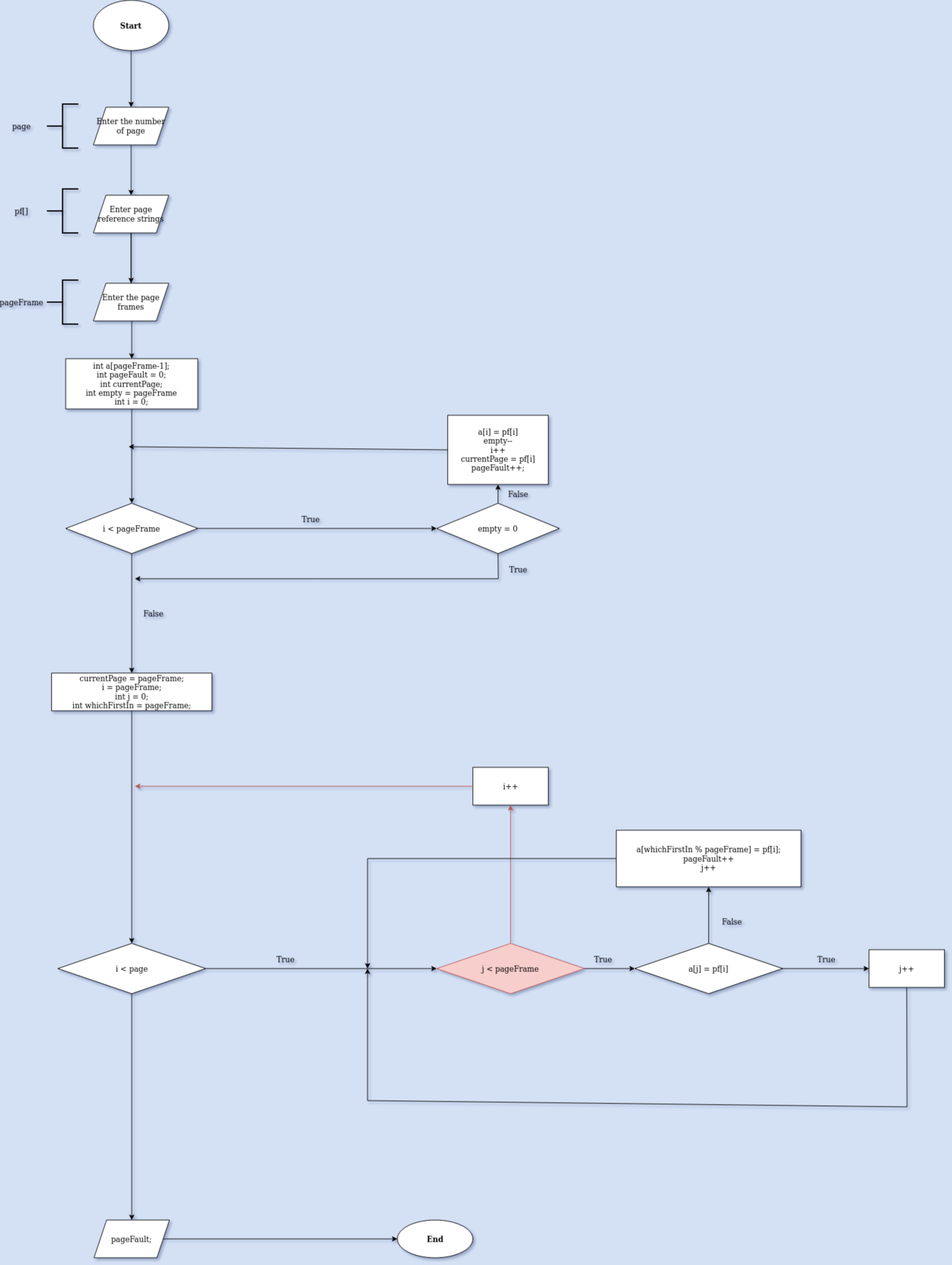
Before: FIFO-PageReplacementFlowchart.drawio.png, a diagram exported from draw.io (hoangbui24/OS-AlgorithmFlowchart). Source tidied: cells renumbered, new cells last; positions are measured from the earlier drawing's top-left corner, leaving out a move shared by most shapes.
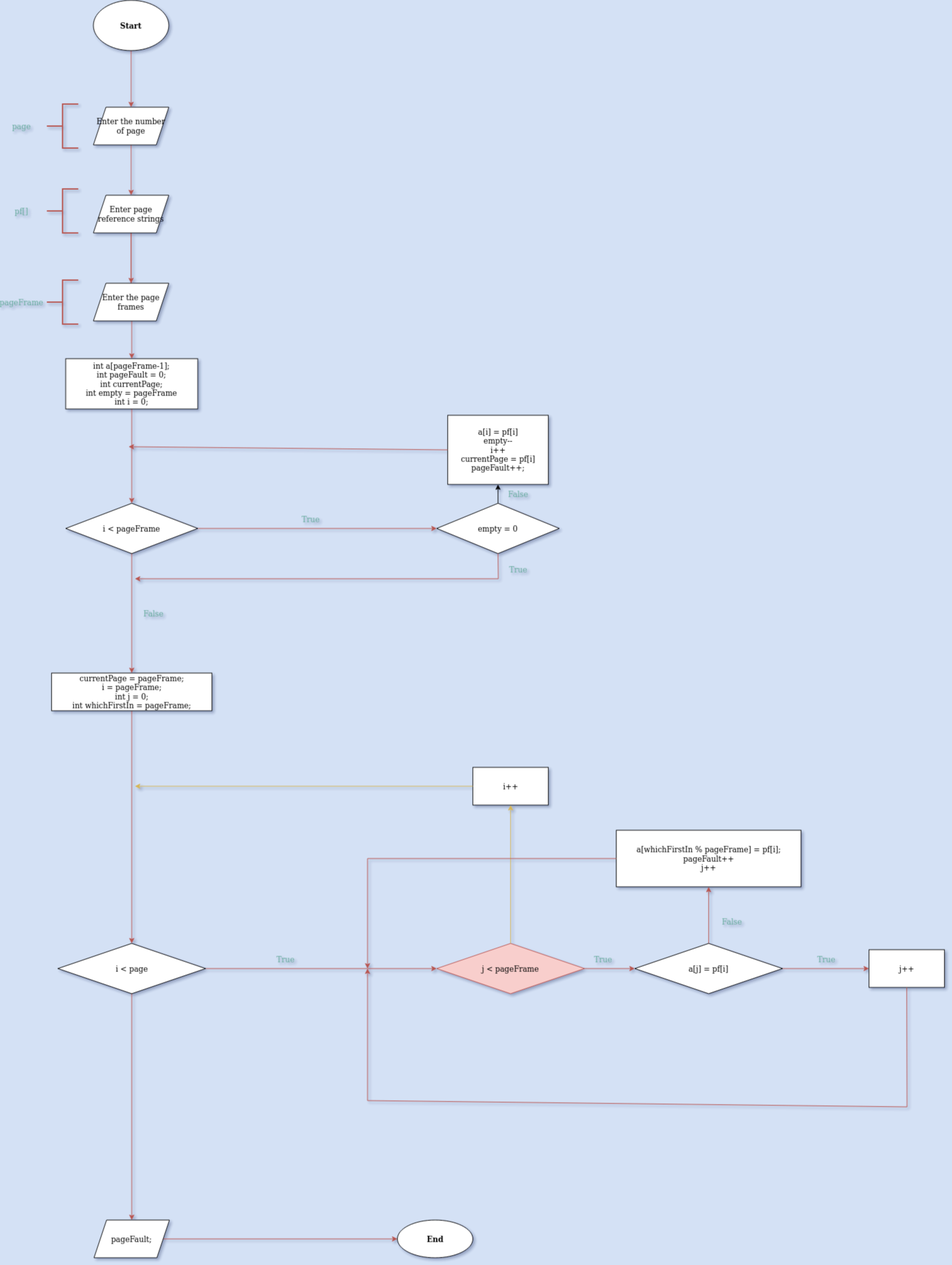
Above is the later version.

Commit message:
change background & font color

The edit, as a diff of the source:
```diff
@@ -2,28 +2,28 @@
   <root>
     <mxCell id="0" />
     <mxCell id="1" parent="0" />
-    <mxCell id="2" style="edgeStyle=orthogonalEdgeStyle;rounded=0;jettySize=auto;html=1;" parent="1" edge="1" source="3" target="5">
+    <mxCell id="2" style="edgeStyle=orthogonalEdgeStyle;rounded=0;jettySize=auto;html=1;fillColor=#f8cecc;strokeColor=#b85450;" parent="1" edge="1" source="3" target="5">
       <mxGeometry relative="1" as="geometry" />
     </mxCell>
     <mxCell id="3" value="&lt;b&gt;Start&lt;/b&gt;" style="ellipse;whiteSpace=wrap;html=1;" parent="1" vertex="1">
       <mxGeometry x="144" width="120" height="80" as="geometry" />
     </mxCell>
-    <mxCell id="4" style="edgeStyle=orthogonalEdgeStyle;rounded=0;jettySize=auto;html=1;" parent="1" edge="1" source="5" target="8">
+    <mxCell id="4" style="edgeStyle=orthogonalEdgeStyle;rounded=0;jettySize=auto;html=1;fillColor=#f8cecc;strokeColor=#b85450;" parent="1" edge="1" source="5" target="8">
       <mxGeometry relative="1" as="geometry" />
     </mxCell>
     <mxCell id="5" value="Enter the number of page" style="shape=parallelogram;perimeter=parallelogramPerimeter;whiteSpace=wrap;html=1;fixedSize=1;" parent="1" vertex="1">
       <mxGeometry x="144" y="170" width="120" height="60" as="geometry" />
     </mxCell>
-    <mxCell id="6" style="edgeStyle=orthogonalEdgeStyle;rounded=0;jettySize=auto;html=1;" parent="1" edge="1" source="8" target="10">
+    <mxCell id="6" style="edgeStyle=orthogonalEdgeStyle;rounded=0;jettySize=auto;html=1;fillColor=#f8cecc;strokeColor=#b85450;" parent="1" edge="1" source="8" target="10">
       <mxGeometry relative="1" as="geometry" />
     </mxCell>
-    <mxCell id="7" style="edgeStyle=orthogonalEdgeStyle;rounded=0;jettySize=auto;html=1;" parent="1" edge="1" source="8" target="11">
+    <mxCell id="7" style="edgeStyle=orthogonalEdgeStyle;rounded=0;jettySize=auto;html=1;fillColor=#f8cecc;strokeColor=#b85450;" parent="1" edge="1" source="8" target="11">
       <mxGeometry relative="1" as="geometry" />
     </mxCell>
     <mxCell id="8" value="&lt;div&gt;Enter page reference strings&lt;/div&gt;" style="shape=parallelogram;perimeter=parallelogramPerimeter;whiteSpace=wrap;html=1;fixedSize=1;" parent="1" vertex="1">
       <mxGeometry x="144" y="310" width="120" height="60" as="geometry" />
     </mxCell>
-    <mxCell id="9" style="edgeStyle=orthogonalEdgeStyle;rounded=0;jettySize=auto;html=1;" parent="1" edge="1" source="10" target="14">
+    <mxCell id="9" style="edgeStyle=orthogonalEdgeStyle;rounded=0;jettySize=auto;html=1;fillColor=#f8cecc;strokeColor=#b85450;" parent="1" edge="1" source="10" target="14">
       <mxGeometry relative="1" as="geometry" />
     </mxCell>
     <mxCell id="10" value="&lt;div&gt;int a[pageFrame-1];&lt;/div&gt;&lt;div&gt;int pageFault = 0;&lt;/div&gt;&lt;div&gt;int currentPage;&lt;br&gt;&lt;/div&gt;&lt;div&gt;int empty = pageFrame&lt;br&gt;&lt;/div&gt;int i = 0;" style="whiteSpace=wrap;html=1;" parent="1" vertex="1">
@@ -32,10 +32,10 @@
     <mxCell id="11" value="Enter the page frames" style="shape=parallelogram;perimeter=parallelogramPerimeter;whiteSpace=wrap;html=1;fixedSize=1;" parent="1" vertex="1">
       <mxGeometry x="144" y="450" width="120" height="60" as="geometry" />
     </mxCell>
-    <mxCell id="12" style="edgeStyle=orthogonalEdgeStyle;rounded=0;jettySize=auto;html=1;" parent="1" edge="1" source="14" target="16">
+    <mxCell id="12" style="edgeStyle=orthogonalEdgeStyle;rounded=0;jettySize=auto;html=1;fillColor=#f8cecc;strokeColor=#b85450;" parent="1" edge="1" source="14" target="16">
       <mxGeometry relative="1" as="geometry" />
     </mxCell>
-    <mxCell id="13" style="edgeStyle=orthogonalEdgeStyle;rounded=0;jettySize=auto;html=1;" parent="1" edge="1" source="14" target="22">
+    <mxCell id="13" style="edgeStyle=orthogonalEdgeStyle;rounded=0;jettySize=auto;html=1;fillColor=#f8cecc;strokeColor=#b85450;" parent="1" edge="1" source="14" target="22">
       <mxGeometry relative="1" as="geometry" />
     </mxCell>
     <mxCell id="14" value="i &amp;lt; pageFrame" style="rhombus;whiteSpace=wrap;html=1;" parent="1" vertex="1">
@@ -50,27 +50,27 @@
     <mxCell id="17" value="&lt;div&gt;a[i] = pf[i]&lt;/div&gt;&lt;div&gt;empty--&lt;/div&gt;&lt;div&gt;i++&lt;/div&gt;&lt;div&gt;currentPage = pf[i]&lt;br&gt;&lt;/div&gt;&lt;div&gt;pageFault++;&lt;br&gt;&lt;/div&gt;" style="whiteSpace=wrap;html=1;" parent="1" vertex="1">
       <mxGeometry x="707.5" y="660" width="160" height="110" as="geometry" />
     </mxCell>
-    <mxCell id="18" style="endArrow=classic;html=1;rounded=0;exitX=0;exitY=0.5;exitDx=0;exitDy=0;" parent="1" edge="1" source="17">
+    <mxCell id="18" style="endArrow=classic;html=1;rounded=0;exitX=0;exitY=0.5;exitDx=0;exitDy=0;fillColor=#f8cecc;strokeColor=#b85450;" parent="1" edge="1" source="17">
       <mxGeometry relative="1" as="geometry">
         <mxPoint x="200" y="710" as="targetPoint" />
       </mxGeometry>
     </mxCell>
-    <mxCell id="19" value="True" style="text;html=1;strokeColor=none;fillColor=none;align=center;verticalAlign=middle;whiteSpace=wrap;rounded=0;" parent="1" vertex="1">
+    <mxCell id="19" value="&lt;font color=&quot;#67AB9F&quot;&gt;True&lt;/font&gt;" style="text;html=1;strokeColor=none;fillColor=none;align=center;verticalAlign=middle;whiteSpace=wrap;rounded=0;" parent="1" vertex="1">
       <mxGeometry x="460" y="810" width="60" height="30" as="geometry" />
     </mxCell>
-    <mxCell id="20" value="&lt;div&gt;False&lt;/div&gt;" style="text;html=1;strokeColor=none;fillColor=none;align=center;verticalAlign=middle;whiteSpace=wrap;rounded=0;" parent="1" vertex="1">
+    <mxCell id="20" value="&lt;div&gt;&lt;font color=&quot;#67AB9F&quot;&gt;False&lt;/font&gt;&lt;/div&gt;" style="text;html=1;strokeColor=none;fillColor=none;align=center;verticalAlign=middle;whiteSpace=wrap;rounded=0;" parent="1" vertex="1">
       <mxGeometry x="790" y="770" width="60" height="30" as="geometry" />
     </mxCell>
-    <mxCell id="21" style="edgeStyle=orthogonalEdgeStyle;rounded=0;jettySize=auto;html=1;" parent="1" edge="1" source="22" target="28">
+    <mxCell id="21" style="edgeStyle=orthogonalEdgeStyle;rounded=0;jettySize=auto;html=1;fillColor=#f8cecc;strokeColor=#b85450;" parent="1" edge="1" source="22" target="28">
       <mxGeometry relative="1" as="geometry" />
     </mxCell>
     <mxCell id="22" value="&lt;div&gt;currentPage = pageFrame;&lt;/div&gt;&lt;div&gt;i = pageFrame;&lt;/div&gt;&lt;div&gt;int j = 0;&lt;/div&gt;&lt;div&gt;int whichFirstIn = pageFrame;&lt;br&gt;&lt;/div&gt;" style="whiteSpace=wrap;html=1;" parent="1" vertex="1">
       <mxGeometry x="77.5" y="1070" width="255" height="60" as="geometry" />
     </mxCell>
-    <mxCell id="23" value="False" style="text;html=1;strokeColor=none;fillColor=none;align=center;verticalAlign=middle;whiteSpace=wrap;rounded=0;" parent="1" vertex="1">
+    <mxCell id="23" value="&lt;font color=&quot;#67AB9F&quot;&gt;False&lt;/font&gt;" style="text;html=1;strokeColor=none;fillColor=none;align=center;verticalAlign=middle;whiteSpace=wrap;rounded=0;" parent="1" vertex="1">
       <mxGeometry x="210" y="960" width="60" height="30" as="geometry" />
     </mxCell>
-    <mxCell id="24" style="endArrow=classic;html=1;rounded=0;exitX=0.5;exitY=1;exitDx=0;exitDy=0;" parent="1" edge="1" source="16">
+    <mxCell id="24" style="endArrow=classic;html=1;rounded=0;exitX=0.5;exitY=1;exitDx=0;exitDy=0;fillColor=#f8cecc;strokeColor=#b85450;" parent="1" edge="1" source="16">
       <mxGeometry relative="1" as="geometry">
         <mxPoint x="210" y="920" as="targetPoint" />
         <Array as="points">
@@ -78,13 +78,13 @@
         </Array>
       </mxGeometry>
     </mxCell>
-    <mxCell id="25" value="True" style="text;html=1;strokeColor=none;fillColor=none;align=center;verticalAlign=middle;whiteSpace=wrap;rounded=0;" parent="1" vertex="1">
+    <mxCell id="25" value="&lt;font color=&quot;#67AB9F&quot;&gt;True&lt;/font&gt;" style="text;html=1;strokeColor=none;fillColor=none;align=center;verticalAlign=middle;whiteSpace=wrap;rounded=0;" parent="1" vertex="1">
       <mxGeometry x="790" y="890" width="60" height="30" as="geometry" />
     </mxCell>
-    <mxCell id="26" style="edgeStyle=orthogonalEdgeStyle;rounded=0;jettySize=auto;html=1;" parent="1" edge="1" source="28" target="31">
+    <mxCell id="26" style="edgeStyle=orthogonalEdgeStyle;rounded=0;jettySize=auto;html=1;fillColor=#f8cecc;strokeColor=#b85450;" parent="1" edge="1" source="28" target="31">
       <mxGeometry relative="1" as="geometry" />
     </mxCell>
-    <mxCell id="27" style="edgeStyle=orthogonalEdgeStyle;rounded=0;jettySize=auto;html=1;" parent="1" edge="1" source="28">
+    <mxCell id="27" style="edgeStyle=orthogonalEdgeStyle;rounded=0;jettySize=auto;html=1;fillColor=#f8cecc;strokeColor=#b85450;" parent="1" edge="1" source="28">
       <mxGeometry relative="1" as="geometry">
         <mxPoint x="205" y="1940" as="targetPoint" />
       </mxGeometry>
@@ -92,19 +92,19 @@
     <mxCell id="28" value="i &amp;lt; page" style="rhombus;whiteSpace=wrap;html=1;" parent="1" vertex="1">
       <mxGeometry x="87.5" y="1500" width="235" height="80" as="geometry" />
     </mxCell>
-    <mxCell id="29" style="edgeStyle=orthogonalEdgeStyle;rounded=0;jettySize=auto;html=1;" parent="1" edge="1" source="31" target="34">
+    <mxCell id="29" style="edgeStyle=orthogonalEdgeStyle;rounded=0;jettySize=auto;html=1;fillColor=#f8cecc;strokeColor=#b85450;" parent="1" edge="1" source="31" target="34">
       <mxGeometry relative="1" as="geometry" />
     </mxCell>
-    <mxCell id="30" style="edgeStyle=orthogonalEdgeStyle;rounded=0;jettySize=auto;html=1;fillColor=#f8cecc;strokeColor=#B85450;" parent="1" edge="1" source="31" target="43">
+    <mxCell id="30" style="edgeStyle=orthogonalEdgeStyle;rounded=0;jettySize=auto;html=1;fillColor=#fff2cc;strokeColor=#d6b656;" parent="1" edge="1" source="31" target="43">
       <mxGeometry relative="1" as="geometry" />
     </mxCell>
     <mxCell id="31" value="j &amp;lt; pageFrame" style="rhombus;whiteSpace=wrap;html=1;fillColor=#f8cecc;strokeColor=#b85450;" parent="1" vertex="1">
       <mxGeometry x="690" y="1500" width="235" height="80" as="geometry" />
     </mxCell>
-    <mxCell id="32" style="edgeStyle=orthogonalEdgeStyle;rounded=0;jettySize=auto;html=1;" parent="1" edge="1" source="34" target="35">
+    <mxCell id="32" style="edgeStyle=orthogonalEdgeStyle;rounded=0;jettySize=auto;html=1;fillColor=#f8cecc;strokeColor=#b85450;" parent="1" edge="1" source="34" target="35">
       <mxGeometry relative="1" as="geometry" />
     </mxCell>
-    <mxCell id="33" style="edgeStyle=orthogonalEdgeStyle;rounded=0;jettySize=auto;html=1;" parent="1" edge="1" source="34" target="37">
+    <mxCell id="33" style="edgeStyle=orthogonalEdgeStyle;rounded=0;jettySize=auto;html=1;fillColor=#f8cecc;strokeColor=#b85450;" parent="1" edge="1" source="34" target="37">
       <mxGeometry relative="1" as="geometry" />
     </mxCell>
     <mxCell id="34" value="a[j] = pf[i]" style="rhombus;whiteSpace=wrap;html=1;" parent="1" vertex="1">
@@ -113,7 +113,7 @@
     <mxCell id="35" value="&lt;div&gt;a[whichFirstIn % pageFrame] = pf[i];&lt;/div&gt;&lt;div&gt;pageFault++&lt;/div&gt;&lt;div&gt;j++&lt;br&gt;&lt;/div&gt;" style="whiteSpace=wrap;html=1;" parent="1" vertex="1">
       <mxGeometry x="975.6" y="1320" width="293.8" height="90" as="geometry" />
     </mxCell>
-    <mxCell id="36" style="endArrow=classic;html=1;rounded=0;exitX=0;exitY=0.5;exitDx=0;exitDy=0;" parent="1" edge="1" source="35">
+    <mxCell id="36" style="endArrow=classic;html=1;rounded=0;exitX=0;exitY=0.5;exitDx=0;exitDy=0;fillColor=#f8cecc;strokeColor=#b85450;" parent="1" edge="1" source="35">
       <mxGeometry relative="1" as="geometry">
         <mxPoint x="580" y="1540" as="targetPoint" />
         <Array as="points">
@@ -125,7 +125,7 @@
     <mxCell id="37" value="j++" style="whiteSpace=wrap;html=1;" parent="1" vertex="1">
       <mxGeometry x="1377.5" y="1510" width="120" height="60" as="geometry" />
     </mxCell>
-    <mxCell id="38" style="endArrow=classic;html=1;rounded=0;exitX=0.5;exitY=1;exitDx=0;exitDy=0;" parent="1" edge="1" source="37">
+    <mxCell id="38" style="endArrow=classic;html=1;rounded=0;exitX=0.5;exitY=1;exitDx=0;exitDy=0;fillColor=#f8cecc;strokeColor=#b85450;" parent="1" edge="1" source="37">
       <mxGeometry relative="1" as="geometry">
         <mxPoint x="580" y="1540" as="targetPoint" />
         <Array as="points">
@@ -134,27 +134,27 @@
         </Array>
       </mxGeometry>
     </mxCell>
-    <mxCell id="39" value="True" style="text;html=1;strokeColor=none;fillColor=none;align=center;verticalAlign=middle;whiteSpace=wrap;rounded=0;" parent="1" vertex="1">
+    <mxCell id="39" value="&lt;font color=&quot;#67AB9F&quot;&gt;True&lt;/font&gt;" style="text;html=1;strokeColor=none;fillColor=none;align=center;verticalAlign=middle;whiteSpace=wrap;rounded=0;" parent="1" vertex="1">
       <mxGeometry x="420" y="1510" width="60" height="30" as="geometry" />
     </mxCell>
-    <mxCell id="40" value="True" style="text;html=1;strokeColor=none;fillColor=none;align=center;verticalAlign=middle;whiteSpace=wrap;rounded=0;" parent="1" vertex="1">
+    <mxCell id="40" value="&lt;font color=&quot;#67AB9F&quot;&gt;True&lt;/font&gt;" style="text;html=1;strokeColor=none;fillColor=none;align=center;verticalAlign=middle;whiteSpace=wrap;rounded=0;" parent="1" vertex="1">
       <mxGeometry x="925" y="1510" width="60" height="30" as="geometry" />
     </mxCell>
-    <mxCell id="41" value="False" style="text;html=1;strokeColor=none;fillColor=none;align=center;verticalAlign=middle;whiteSpace=wrap;rounded=0;" parent="1" vertex="1">
+    <mxCell id="41" value="&lt;font color=&quot;#67AB9F&quot;&gt;False&lt;/font&gt;" style="text;html=1;strokeColor=none;fillColor=none;align=center;verticalAlign=middle;whiteSpace=wrap;rounded=0;" parent="1" vertex="1">
       <mxGeometry x="1130" y="1450" width="60" height="30" as="geometry" />
     </mxCell>
-    <mxCell id="42" value="True" style="text;html=1;strokeColor=none;fillColor=none;align=center;verticalAlign=middle;whiteSpace=wrap;rounded=0;" parent="1" vertex="1">
+    <mxCell id="42" value="&lt;font color=&quot;#67AB9F&quot;&gt;True&lt;/font&gt;" style="text;html=1;strokeColor=none;fillColor=none;align=center;verticalAlign=middle;whiteSpace=wrap;rounded=0;" parent="1" vertex="1">
       <mxGeometry x="1280" y="1510" width="60" height="30" as="geometry" />
     </mxCell>
     <mxCell id="43" value="i++" style="whiteSpace=wrap;html=1;" parent="1" vertex="1">
       <mxGeometry x="747.5" y="1220" width="120" height="60" as="geometry" />
     </mxCell>
-    <mxCell id="44" style="endArrow=classic;html=1;rounded=0;strokeColor=#B85450;exitX=0;exitY=0.5;exitDx=0;exitDy=0;" parent="1" edge="1" source="43">
+    <mxCell id="44" style="endArrow=classic;html=1;rounded=0;strokeColor=#d6b656;exitX=0;exitY=0.5;exitDx=0;exitDy=0;fillColor=#fff2cc;" parent="1" edge="1" source="43">
       <mxGeometry relative="1" as="geometry">
         <mxPoint x="210" y="1250" as="targetPoint" />
       </mxGeometry>
     </mxCell>
-    <mxCell id="45" style="edgeStyle=orthogonalEdgeStyle;rounded=0;jettySize=auto;html=1;" parent="1" edge="1" source="46" target="47">
+    <mxCell id="45" style="edgeStyle=orthogonalEdgeStyle;rounded=0;jettySize=auto;html=1;fillColor=#f8cecc;strokeColor=#b85450;" parent="1" edge="1" source="46" target="47">
       <mxGeometry relative="1" as="geometry" />
     </mxCell>
     <mxCell id="46" value="pageFault;" style="shape=parallelogram;perimeter=parallelogramPerimeter;whiteSpace=wrap;html=1;fixedSize=1;" parent="1" vertex="1">
@@ -163,22 +163,22 @@
     <mxCell id="47" value="&lt;b&gt;End&lt;/b&gt;" style="ellipse;whiteSpace=wrap;html=1;" parent="1" vertex="1">
       <mxGeometry x="627.5" y="1940" width="120" height="60" as="geometry" />
     </mxCell>
-    <mxCell id="48" style="strokeWidth=2;html=1;shape=mxgraph.flowchart.annotation_2;align=left;labelPosition=right;" parent="1" vertex="1">
+    <mxCell id="48" style="strokeWidth=2;html=1;shape=mxgraph.flowchart.annotation_2;align=left;labelPosition=right;fillColor=#f8cecc;strokeColor=#b85450;" parent="1" vertex="1">
       <mxGeometry x="70" y="165" width="50" height="70" as="geometry" />
     </mxCell>
-    <mxCell id="49" value="page" style="text;html=1;strokeColor=none;fillColor=none;align=center;verticalAlign=middle;whiteSpace=wrap;rounded=0;" parent="1" vertex="1">
+    <mxCell id="49" value="&lt;font color=&quot;#67AB9F&quot;&gt;page&lt;/font&gt;" style="text;html=1;strokeColor=none;fillColor=none;align=center;verticalAlign=middle;whiteSpace=wrap;rounded=0;" parent="1" vertex="1">
       <mxGeometry y="185" width="60" height="30" as="geometry" />
     </mxCell>
-    <mxCell id="50" style="strokeWidth=2;html=1;shape=mxgraph.flowchart.annotation_2;align=left;labelPosition=right;" parent="1" vertex="1">
+    <mxCell id="50" style="strokeWidth=2;html=1;shape=mxgraph.flowchart.annotation_2;align=left;labelPosition=right;fillColor=#f8cecc;strokeColor=#b85450;" parent="1" vertex="1">
       <mxGeometry x="70" y="300" width="50" height="70" as="geometry" />
     </mxCell>
-    <mxCell id="51" value="pf[]" style="text;html=1;strokeColor=none;fillColor=none;align=center;verticalAlign=middle;whiteSpace=wrap;rounded=0;" parent="1" vertex="1">
+    <mxCell id="51" value="&lt;font color=&quot;#67AB9F&quot;&gt;pf[]&lt;/font&gt;" style="text;html=1;strokeColor=none;fillColor=none;align=center;verticalAlign=middle;whiteSpace=wrap;rounded=0;" parent="1" vertex="1">
       <mxGeometry y="320" width="60" height="30" as="geometry" />
     </mxCell>
-    <mxCell id="52" style="strokeWidth=2;html=1;shape=mxgraph.flowchart.annotation_2;align=left;labelPosition=right;" parent="1" vertex="1">
+    <mxCell id="52" style="strokeWidth=2;html=1;shape=mxgraph.flowchart.annotation_2;align=left;labelPosition=right;fillColor=#f8cecc;strokeColor=#b85450;" parent="1" vertex="1">
       <mxGeometry x="70" y="445" width="50" height="70" as="geometry" />
     </mxCell>
-    <mxCell id="53" value="pageFrame" style="text;html=1;strokeColor=none;fillColor=none;align=center;verticalAlign=middle;whiteSpace=wrap;rounded=0;" parent="1" vertex="1">
+    <mxCell id="53" value="&lt;font color=&quot;#67AB9F&quot;&gt;pageFrame&lt;/font&gt;" style="text;html=1;strokeColor=none;fillColor=none;align=center;verticalAlign=middle;whiteSpace=wrap;rounded=0;" parent="1" vertex="1">
       <mxGeometry y="465" width="60" height="30" as="geometry" />
     </mxCell>
   </root>
```
